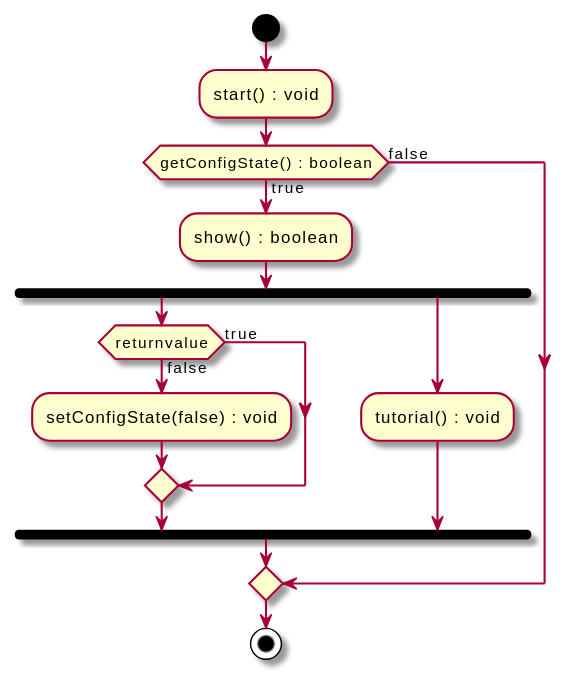
Before: uml-class/sonstige/tutorial.svg, a diagram exported from PlantUML (weichware-10/dokumente). The source it was exported from:
```plantuml
@startuml





start
:start() : void;
if (getConfigState() : boolean) then (true)
    :show() : boolean;
    fork
        if (returnvalue) then (false)
            :setConfigState(false) : void;
        else (true)
        endif
    fork again
        :tutorial() : void;
    end fork
else (false)
endif
stop
@enduml
```
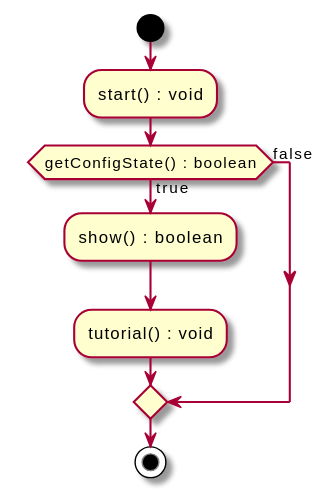
After the change.

The edit, as a diff of the source:
```diff
@@ -8,14 +8,7 @@
 :start() : void;
 if (getConfigState() : boolean) then (true)
     :show() : boolean;
-    fork
-        if (returnvalue) then (false)
-            :setConfigState(false) : void;
-        else (true)
-        endif
-    fork again
-        :tutorial() : void;
-    end fork
+    :tutorial() : void;
 else (false)
 endif
 stop
```
